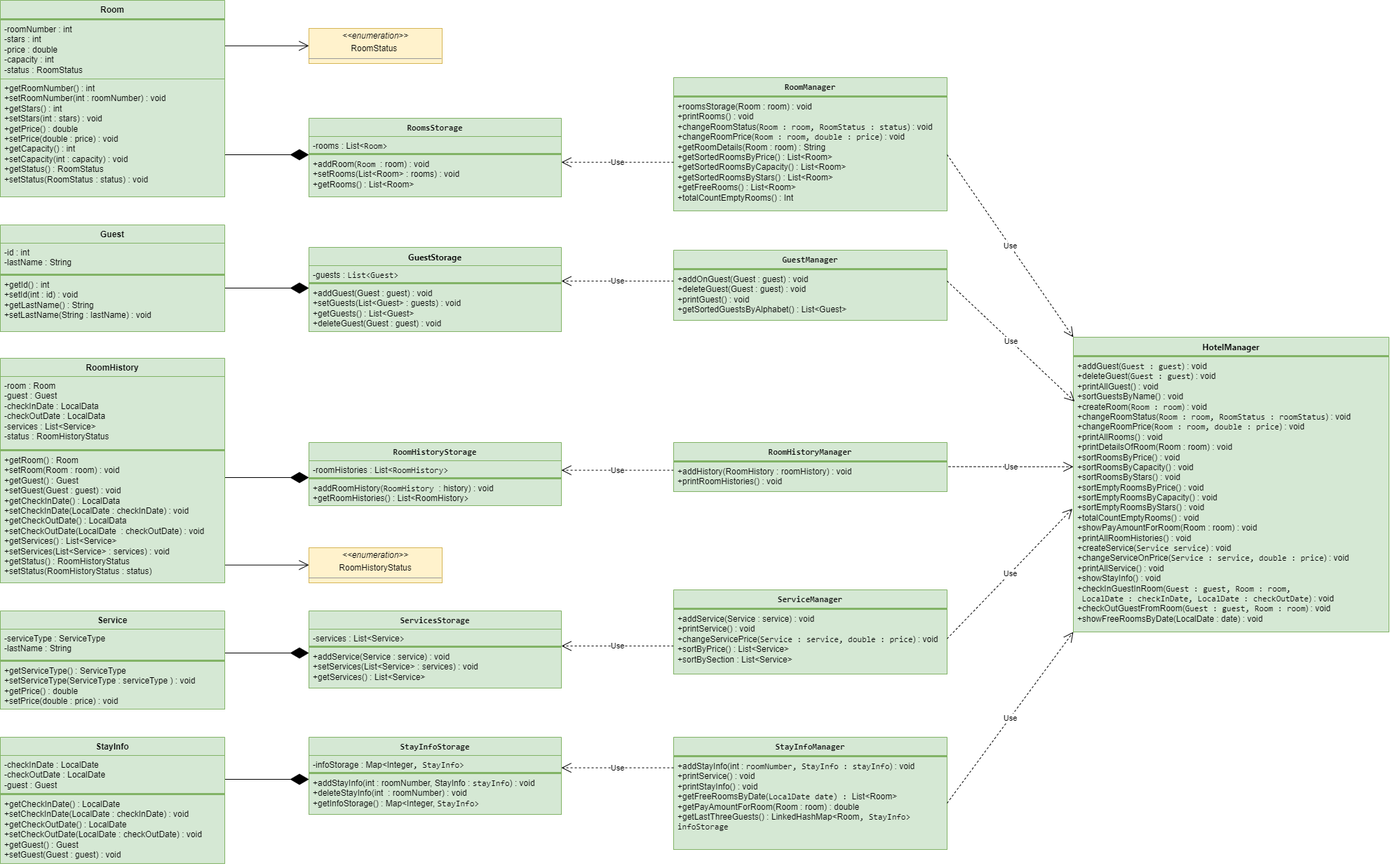
Above: electronicHotelAdministrator.png in BERSHOV-AO/hotelAdministrator (draw.io), before the change. Source tidied: cells renumbered, new cells last; positions are measured from the earlier drawing's top-left corner, leaving out a move shared by most shapes.
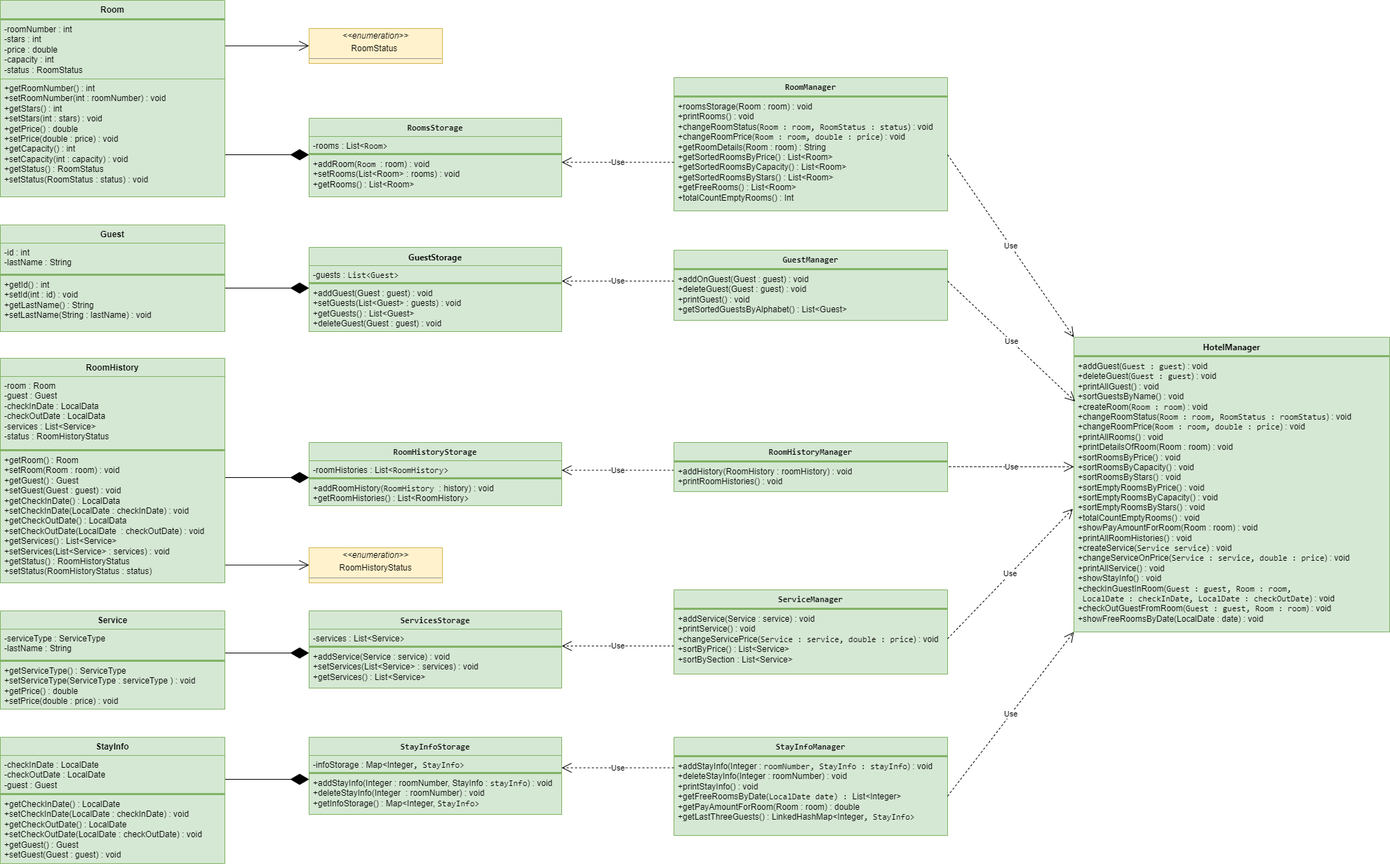
After the commit.

Commit message:
Refactor code + refactor UML

The edit, as a diff of the source:
```diff
@@ -179,7 +179,7 @@
     <mxCell id="50" style="line;strokeWidth=1;fillColor=#d5e8d4;align=left;verticalAlign=middle;spacingTop=-1;spacingLeft=3;spacingRight=3;labelPosition=right;strokeColor=#82b366;fontSize=12;" parent="48" vertex="1">
       <mxGeometry y="50" width="360" height="2" as="geometry" />
     </mxCell>
-    <mxCell id="51" value="+addStayInfo(int :&amp;nbsp;roomNumber,&amp;nbsp;StayInfo :&amp;nbsp;&lt;span style=&quot;font-family: &amp;quot;JetBrains Mono&amp;quot;, monospace; font-size: 12px;&quot;&gt;stayInfo&lt;/span&gt;) :&amp;nbsp;void&lt;br style=&quot;font-size: 12px;&quot;&gt;+deleteStayInfo&lt;span style=&quot;background-color: initial; font-size: 12px;&quot;&gt;(int&amp;nbsp;&lt;/span&gt;&lt;span style=&quot;background-color: initial; font-size: 12px;&quot;&gt;&amp;nbsp;:&amp;nbsp;&lt;/span&gt;roomNumber)&amp;nbsp;: void&lt;br style=&quot;font-size: 12px;&quot;&gt;+getInfoStorage&lt;span style=&quot;background-color: initial; border-color: var(--border-color); font-size: 12px;&quot;&gt;(&lt;/span&gt;&lt;span style=&quot;background-color: initial; border-color: var(--border-color); font-size: 12px;&quot;&gt;) :&amp;nbsp;&lt;/span&gt;Map&amp;lt;Integer,&amp;nbsp;&lt;span style=&quot;border-color: var(--border-color); font-family: &amp;quot;JetBrains Mono&amp;quot;, monospace; font-size: 12px;&quot;&gt;StayInfo&amp;gt;&lt;/span&gt;" style="text;strokeColor=#82b366;fillColor=#d5e8d4;align=left;verticalAlign=top;spacingLeft=4;spacingRight=4;overflow=hidden;whiteSpace=wrap;html=1;fontSize=12;" parent="48" vertex="1">
+    <mxCell id="51" value="+addStayInfo(Integer :&amp;nbsp;roomNumber,&amp;nbsp;StayInfo :&amp;nbsp;&lt;span style=&quot;font-family: &amp;quot;JetBrains Mono&amp;quot;, monospace; font-size: 12px;&quot;&gt;stayInfo&lt;/span&gt;) :&amp;nbsp;void&lt;br style=&quot;font-size: 12px;&quot;&gt;+deleteStayInfo(Integer&lt;span style=&quot;background-color: initial; font-size: 12px;&quot;&gt;&amp;nbsp;&lt;/span&gt;&lt;span style=&quot;background-color: initial; font-size: 12px;&quot;&gt;&amp;nbsp;:&amp;nbsp;&lt;/span&gt;roomNumber)&amp;nbsp;: void&lt;br style=&quot;font-size: 12px;&quot;&gt;+getInfoStorage&lt;span style=&quot;background-color: initial; border-color: var(--border-color); font-size: 12px;&quot;&gt;(&lt;/span&gt;&lt;span style=&quot;background-color: initial; border-color: var(--border-color); font-size: 12px;&quot;&gt;) :&amp;nbsp;&lt;/span&gt;Map&amp;lt;Integer,&amp;nbsp;&lt;span style=&quot;border-color: var(--border-color); font-family: &amp;quot;JetBrains Mono&amp;quot;, monospace; font-size: 12px;&quot;&gt;StayInfo&amp;gt;&lt;/span&gt;" style="text;strokeColor=#82b366;fillColor=#d5e8d4;align=left;verticalAlign=top;spacingLeft=4;spacingRight=4;overflow=hidden;whiteSpace=wrap;html=1;fontSize=12;" parent="48" vertex="1">
       <mxGeometry y="52" width="360" height="58" as="geometry" />
     </mxCell>
     <mxCell id="52" value="&lt;div style=&quot;font-family: &amp;quot;JetBrains Mono&amp;quot;, monospace; font-size: 12px;&quot;&gt;RoomManager&lt;/div&gt;" style="swimlane;fontStyle=1;align=center;verticalAlign=top;horizontal=1;startSize=26;whiteSpace=wrap;html=1;fillColor=#d5e8d4;strokeColor=#82b366;fontSize=12;" parent="1" vertex="1">
@@ -219,13 +219,13 @@
       <mxGeometry y="28" width="390" height="92" as="geometry" />
     </mxCell>
     <mxCell id="64" value="&lt;div style=&quot;font-family: &amp;quot;JetBrains Mono&amp;quot;, monospace; font-size: 12px;&quot;&gt;&lt;div style=&quot;font-size: 12px;&quot;&gt;&lt;div style=&quot;&quot;&gt;&lt;div style=&quot;&quot;&gt;StayInfoManager&lt;/div&gt;&lt;/div&gt;&lt;/div&gt;&lt;/div&gt;" style="swimlane;fontStyle=1;align=center;verticalAlign=top;horizontal=1;startSize=26;whiteSpace=wrap;html=1;fillColor=#d5e8d4;strokeColor=#82b366;fontSize=12;" parent="1" vertex="1">
-      <mxGeometry x="960" y="1050" width="390" height="160" as="geometry" />
+      <mxGeometry x="960" y="1050" width="390" height="140" as="geometry" />
     </mxCell>
     <mxCell id="65" style="line;strokeWidth=1;fillColor=#d5e8d4;align=left;verticalAlign=middle;spacingTop=-1;spacingLeft=3;spacingRight=3;labelPosition=right;strokeColor=#82b366;fontSize=12;" parent="64" vertex="1">
       <mxGeometry y="26" width="390" height="2" as="geometry" />
     </mxCell>
-    <mxCell id="66" value="+addStayInfo(int :&amp;nbsp;&lt;span style=&quot;font-family: &amp;quot;JetBrains Mono&amp;quot;, monospace;&quot;&gt;roomNumber&lt;/span&gt;&lt;span style=&quot;font-family: &amp;quot;JetBrains Mono&amp;quot;, monospace;&quot;&gt;, &lt;/span&gt;&lt;span style=&quot;font-family: &amp;quot;JetBrains Mono&amp;quot;, monospace;&quot;&gt;StayInfo : stayInfo&lt;/span&gt;) : void&lt;br&gt;+printService()&amp;nbsp;: void&lt;br&gt;+printStayInfo() : void&lt;br&gt;+getFreeRoomsByDate(&lt;span style=&quot;font-family: &amp;quot;JetBrains Mono&amp;quot;, monospace;&quot;&gt;LocalDate date&lt;/span&gt;&lt;span style=&quot;font-family: &amp;quot;JetBrains Mono&amp;quot;, monospace;&quot;&gt;) :&amp;nbsp;&lt;/span&gt;List&amp;lt;Room&amp;gt;&lt;br&gt;+getPayAmountForRoom(Room : room) :&amp;nbsp;double&lt;br&gt;+getLastThreeGuests() :&amp;nbsp;LinkedHashMap&amp;lt;Room&lt;span style=&quot;font-family: &amp;quot;JetBrains Mono&amp;quot;, monospace;&quot;&gt;, &lt;/span&gt;&lt;span style=&quot;font-family: &amp;quot;JetBrains Mono&amp;quot;, monospace;&quot;&gt;StayInfo&amp;gt; infoStorage&lt;/span&gt;" style="text;strokeColor=#82b366;fillColor=#d5e8d4;align=left;verticalAlign=top;spacingLeft=4;spacingRight=4;overflow=hidden;points=[[0,0.5],[1,0.5]];portConstraint=eastwest;whiteSpace=wrap;html=1;fontSize=12;" parent="64" vertex="1">
-      <mxGeometry y="28" width="390" height="132" as="geometry" />
+    <mxCell id="66" value="+addStayInfo(Integer&amp;nbsp;&lt;span style=&quot;background-color: initial;&quot;&gt;:&amp;nbsp;&lt;/span&gt;&lt;span style=&quot;background-color: initial; font-family: &amp;quot;JetBrains Mono&amp;quot;, monospace;&quot;&gt;roomNumber&lt;/span&gt;&lt;span style=&quot;background-color: initial; font-family: &amp;quot;JetBrains Mono&amp;quot;, monospace;&quot;&gt;, &lt;/span&gt;&lt;span style=&quot;background-color: initial; font-family: &amp;quot;JetBrains Mono&amp;quot;, monospace;&quot;&gt;StayInfo : stayInfo&lt;/span&gt;&lt;span style=&quot;background-color: initial;&quot;&gt;) : void&lt;br&gt;&lt;/span&gt;+deleteStayInfo(Integer : roomNumber) : void&lt;br&gt;+printStayInfo() : void&lt;br&gt;+getFreeRoomsByDate(&lt;span style=&quot;font-family: &amp;quot;JetBrains Mono&amp;quot;, monospace;&quot;&gt;LocalDate date&lt;/span&gt;&lt;span style=&quot;font-family: &amp;quot;JetBrains Mono&amp;quot;, monospace;&quot;&gt;) :&amp;nbsp;&lt;/span&gt;List&amp;lt;Integer&amp;gt;&lt;br&gt;+getPayAmountForRoom(Room : room) :&amp;nbsp;double&lt;br&gt;+getLastThreeGuests() :&amp;nbsp;LinkedHashMap&amp;lt;Integer&lt;span style=&quot;font-family: &amp;quot;JetBrains Mono&amp;quot;, monospace;&quot;&gt;, &lt;/span&gt;&lt;span style=&quot;font-family: &amp;quot;JetBrains Mono&amp;quot;, monospace;&quot;&gt;StayInfo&amp;gt;&amp;nbsp;&lt;/span&gt;" style="text;strokeColor=#82b366;fillColor=#d5e8d4;align=left;verticalAlign=top;spacingLeft=4;spacingRight=4;overflow=hidden;points=[[0,0.5],[1,0.5]];portConstraint=eastwest;whiteSpace=wrap;html=1;fontSize=12;" parent="64" vertex="1">
+      <mxGeometry y="28" width="390" height="112" as="geometry" />
     </mxCell>
     <mxCell id="67" value="&lt;div style=&quot;font-family: &amp;quot;JetBrains Mono&amp;quot;, monospace; font-size: 12px;&quot;&gt;&lt;div style=&quot;font-family: &amp;quot;Segoe UI&amp;quot;;&quot;&gt;HotelManager&lt;/div&gt;&lt;/div&gt;" style="swimlane;fontStyle=1;align=center;verticalAlign=top;horizontal=1;startSize=26;whiteSpace=wrap;html=1;fillColor=#d5e8d4;strokeColor=#82b366;fontSize=12;" parent="1" vertex="1">
       <mxGeometry x="1530" y="480" width="450" height="420" as="geometry" />
```
